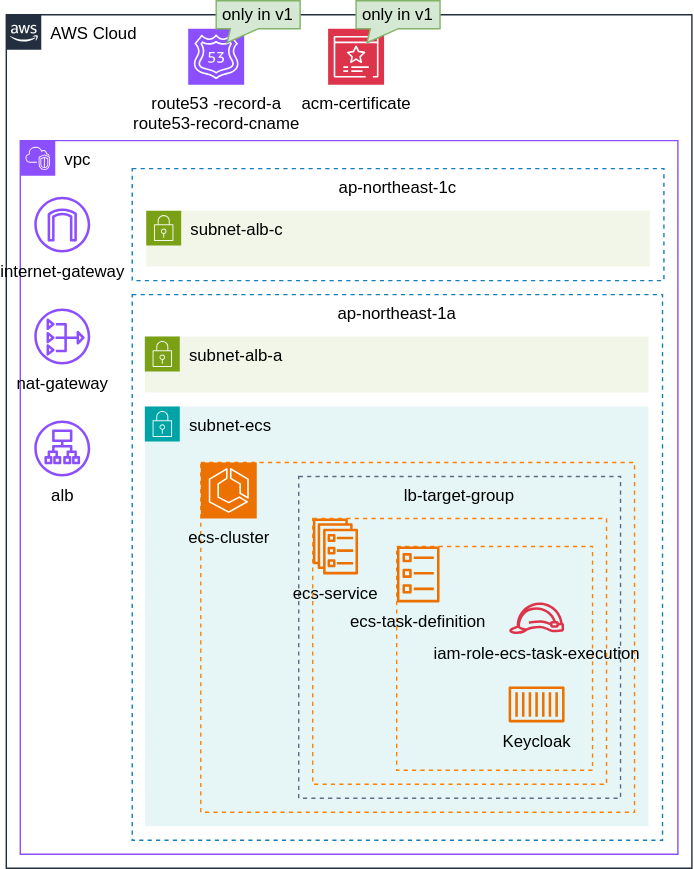
The draw.io diagram AWS/tf-keycloak/tf-keycloak.drawio.svg in cksittech/terraform-templates, before a commit. Source tidied: cells renumbered, new cells last; positions are measured from the earlier drawing's top-left corner, leaving out a move shared by most shapes.
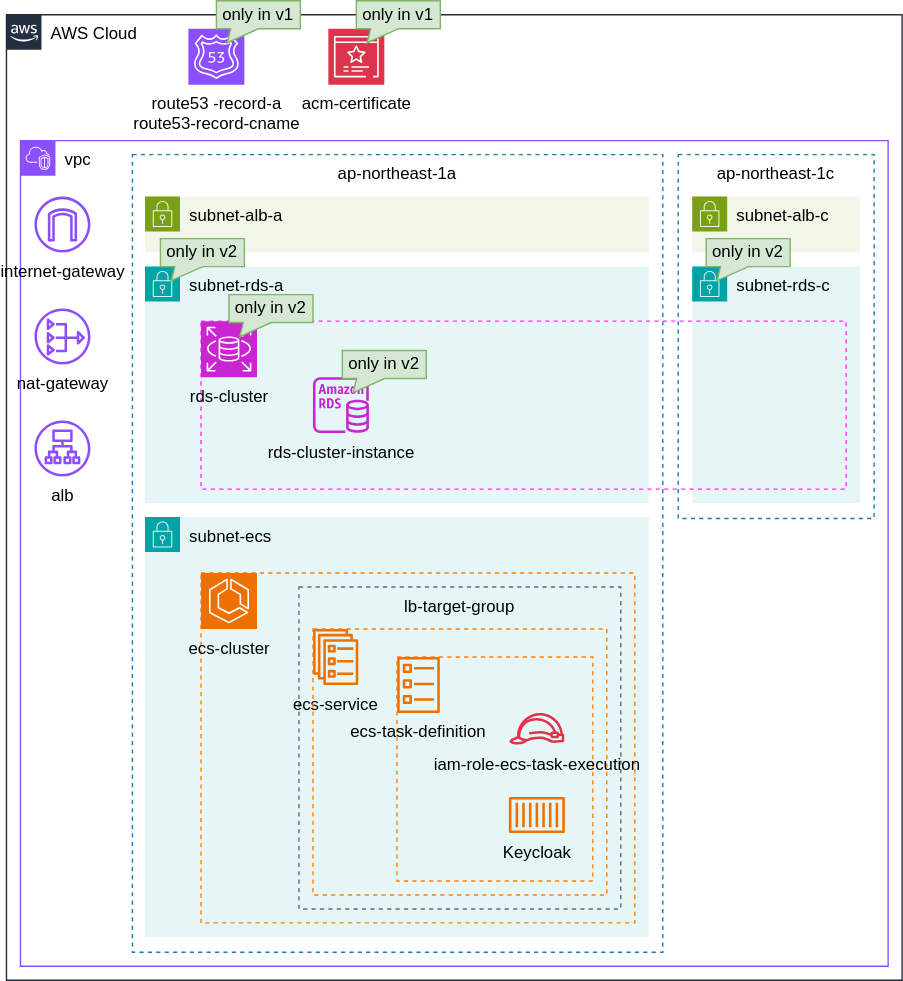
The same diagram one commit later.

What changed in the source:
```diff
@@ -3,7 +3,7 @@
     <mxCell id="0" />
     <mxCell id="1" parent="0" />
     <mxCell id="2" value="AWS Cloud" style="gradientColor=none;html=1;whiteSpace=wrap;fontSize=12;fontStyle=0;shape=mxgraph.aws4.group;grIcon=mxgraph.aws4.group_aws_cloud_alt;strokeColor=#232F3E;fillColor=default;verticalAlign=top;align=left;spacingLeft=30;fontColor=#000000;dashed=0;" parent="1" vertex="1">
-      <mxGeometry y="10" width="490" height="610" as="geometry" />
+      <mxGeometry y="10" width="640" height="690" as="geometry" />
     </mxCell>
     <mxCell id="3" value="&lt;font style=&quot;color: rgb(0, 0, 0);&quot;&gt;&lt;font style=&quot;&quot;&gt;route53&lt;/font&gt;&lt;font style=&quot;&quot;&gt;-record-a&lt;/font&gt;&lt;/font&gt;&lt;div&gt;&lt;font style=&quot;color: rgb(0, 0, 0);&quot;&gt;route53-record-cname&lt;/font&gt;&lt;/div&gt;" style="sketch=0;fontColor=#000000;fillColor=#8C4FFF;strokeColor=#ffffff;dashed=0;verticalLabelPosition=bottom;verticalAlign=top;align=center;html=1;fontSize=12;fontStyle=0;shape=mxgraph.aws4.resourceIcon;resIcon=mxgraph.aws4.route_53;" parent="2" vertex="1">
       <mxGeometry x="130" y="10" width="40" height="40" as="geometry" />
@@ -12,7 +12,7 @@
       <mxGeometry x="230" y="10" width="40" height="40" as="geometry" />
     </mxCell>
     <mxCell id="5" value="&lt;div&gt;&lt;span style=&quot;background-color: transparent;&quot;&gt;&lt;font style=&quot;color: rgb(0, 0, 0);&quot;&gt;vpc&lt;/font&gt;&lt;/span&gt;&lt;/div&gt;" style="gradientColor=none;html=1;whiteSpace=wrap;fontSize=12;fontStyle=0;shape=mxgraph.aws4.group;grIcon=mxgraph.aws4.group_vpc2;strokeColor=#8C4FFF;fillColor=none;verticalAlign=top;align=left;spacingLeft=30;fontColor=#000000;dashed=0;" parent="1" vertex="1">
-      <mxGeometry x="10" y="100" width="470" height="510" as="geometry" />
+      <mxGeometry x="10" y="100" width="620" height="590" as="geometry" />
     </mxCell>
     <mxCell id="6" value="&lt;span style=&quot;color: rgb(0, 0, 0);&quot;&gt;internet-gateway&lt;/span&gt;" style="sketch=0;fontColor=#232F3E;gradientColor=none;fillColor=#8C4FFF;strokeColor=none;dashed=0;verticalLabelPosition=bottom;verticalAlign=top;align=center;html=1;fontSize=12;fontStyle=0;shape=mxgraph.aws4.internet_gateway;" parent="5" vertex="1">
       <mxGeometry x="10" y="40" width="40" height="40" as="geometry" />
@@ -24,22 +24,37 @@
       <mxGeometry x="10" y="200" width="40" height="40" as="geometry" />
     </mxCell>
     <mxCell id="9" value="ap-northeast-1c" style="fillColor=none;strokeColor=#147EBA;dashed=1;verticalAlign=top;fontStyle=0;fontColor=#000000;whiteSpace=wrap;html=1;" parent="5" vertex="1">
-      <mxGeometry x="80" y="20" width="380" height="80" as="geometry" />
+      <mxGeometry x="470" y="10" width="140" height="260" as="geometry" />
     </mxCell>
+    <mxCell id="11" value="ap-northeast-1a" style="fillColor=none;strokeColor=#147EBA;dashed=1;verticalAlign=top;fontStyle=0;fontColor=#000000;whiteSpace=wrap;html=1;" parent="5" vertex="1">
+      <mxGeometry x="80" y="10" width="379" height="570" as="geometry" />
+    </mxCell>
+    <mxCell id="26" value="subnet-rds-a" style="gradientColor=none;html=1;whiteSpace=wrap;fontSize=12;fontStyle=0;shape=mxgraph.aws4.group;grIcon=mxgraph.aws4.group_security_group;grStroke=0;strokeColor=#00A4A6;fillColor=#E6F6F7;verticalAlign=top;align=left;spacingLeft=30;fontColor=#000000;dashed=0;" parent="5" vertex="1">
+      <mxGeometry x="89" y="90" width="360" height="169" as="geometry" />
+    </mxCell>
+    <mxCell id="27" value="subnet-rds-c" style="gradientColor=none;html=1;whiteSpace=wrap;fontSize=12;fontStyle=0;shape=mxgraph.aws4.group;grIcon=mxgraph.aws4.group_security_group;grStroke=0;strokeColor=#00A4A6;fillColor=#E6F6F7;verticalAlign=top;align=left;spacingLeft=30;fontColor=#000000;dashed=0;" parent="5" vertex="1">
+      <mxGeometry x="480" y="90" width="120" height="169" as="geometry" />
+    </mxCell>
+    <mxCell id="28" style="fillColor=none;strokeColor=#FF33FF;dashed=1;verticalAlign=top;fontStyle=0;fontColor=#000000;whiteSpace=wrap;html=1;" parent="5" vertex="1">
+      <mxGeometry x="129" y="129" width="461" height="120" as="geometry" />
+    </mxCell>
+    <mxCell id="29" value="rds-cluster" style="sketch=0;fontColor=#000000;fillColor=#C925D1;strokeColor=#ffffff;dashed=0;verticalLabelPosition=bottom;verticalAlign=top;align=center;html=1;fontSize=12;fontStyle=0;shape=mxgraph.aws4.resourceIcon;resIcon=mxgraph.aws4.rds;" parent="5" vertex="1">
+      <mxGeometry x="129" y="129" width="40" height="40" as="geometry" />
+    </mxCell>
+    <mxCell id="30" value="rds-cluster-instance" style="sketch=0;fontColor=#000000;gradientColor=none;fillColor=#C925D1;strokeColor=none;dashed=0;verticalLabelPosition=bottom;verticalAlign=top;align=center;html=1;fontSize=12;fontStyle=0;shape=mxgraph.aws4.rds_instance;" parent="5" vertex="1">
+      <mxGeometry x="209" y="169" width="40" height="40" as="geometry" />
+    </mxCell>
     <mxCell id="10" value="subnet-alb-c" style="gradientColor=none;html=1;whiteSpace=wrap;fontSize=12;fontStyle=0;shape=mxgraph.aws4.group;grIcon=mxgraph.aws4.group_security_group;grStroke=0;strokeColor=#7AA116;fillColor=#F2F6E8;verticalAlign=top;align=left;spacingLeft=30;fontColor=#000000;dashed=0;" parent="5" vertex="1">
-      <mxGeometry x="90" y="50" width="360" height="40" as="geometry" />
+      <mxGeometry x="480" y="40" width="120" height="40" as="geometry" />
     </mxCell>
-    <mxCell id="11" value="ap-northeast-1a" style="fillColor=none;strokeColor=#147EBA;dashed=1;verticalAlign=top;fontStyle=0;fontColor=#000000;whiteSpace=wrap;html=1;" parent="5" vertex="1">
-      <mxGeometry x="80" y="110" width="379" height="390" as="geometry" />
-    </mxCell>
     <mxCell id="12" value="subnet-alb-a" style="gradientColor=none;html=1;whiteSpace=wrap;fontSize=12;fontStyle=0;shape=mxgraph.aws4.group;grIcon=mxgraph.aws4.group_security_group;grStroke=0;strokeColor=#7AA116;fillColor=#F2F6E8;verticalAlign=top;align=left;spacingLeft=30;fontColor=#000000;dashed=0;" parent="5" vertex="1">
-      <mxGeometry x="89" y="140" width="360" height="40" as="geometry" />
+      <mxGeometry x="89" y="40" width="360" height="40" as="geometry" />
     </mxCell>
     <mxCell id="13" value="subnet-ecs" style="gradientColor=none;html=1;whiteSpace=wrap;fontSize=12;fontStyle=0;shape=mxgraph.aws4.group;grIcon=mxgraph.aws4.group_security_group;grStroke=0;strokeColor=#00A4A6;fillColor=#E6F6F7;verticalAlign=top;align=left;spacingLeft=30;fontColor=#000000;dashed=0;" parent="5" vertex="1">
-      <mxGeometry x="89" y="190" width="360" height="300" as="geometry" />
+      <mxGeometry x="89" y="269" width="360" height="300" as="geometry" />
     </mxCell>
     <mxCell id="14" style="group;" parent="5" vertex="1">
-      <mxGeometry x="129" y="230" width="310" height="250" as="geometry" />
+      <mxGeometry x="129" y="309" width="310" height="250" as="geometry" />
     </mxCell>
     <mxCell id="15" style="fillColor=none;strokeColor=#FF8000;dashed=1;verticalAlign=top;fontStyle=0;fontColor=#000000;whiteSpace=wrap;html=1;" parent="14" vertex="1">
       <mxGeometry width="310" height="250" as="geometry" />
@@ -68,6 +83,18 @@
     <mxCell id="23" value="&lt;div&gt;&lt;span style=&quot;background-color: transparent;&quot;&gt;&lt;font style=&quot;color: rgb(0, 0, 0);&quot;&gt;iam-role-ecs-task-execution&lt;/font&gt;&lt;/span&gt;&lt;/div&gt;" style="sketch=0;fontColor=#000000;gradientColor=none;fillColor=#DD344C;strokeColor=none;dashed=0;verticalLabelPosition=bottom;verticalAlign=top;align=center;html=1;fontSize=12;fontStyle=0;shape=mxgraph.aws4.role;" parent="14" vertex="1">
       <mxGeometry x="220" y="100" width="40" height="22.6" as="geometry" />
     </mxCell>
+    <mxCell id="31" value="only in v2" style="shape=callout;whiteSpace=wrap;html=1;perimeter=calloutPerimeter;fillColor=#d5e8d4;strokeColor=#82b366;size=10;position=0.17;base=20;position2=0.13;" parent="5" vertex="1">
+      <mxGeometry x="100" y="70" width="60" height="30" as="geometry" />
+    </mxCell>
+    <mxCell id="32" value="only in v2" style="shape=callout;whiteSpace=wrap;html=1;perimeter=calloutPerimeter;fillColor=#d5e8d4;strokeColor=#82b366;size=10;position=0.17;base=20;position2=0.13;" parent="5" vertex="1">
+      <mxGeometry x="149" y="110" width="60" height="30" as="geometry" />
+    </mxCell>
+    <mxCell id="33" value="only in v2" style="shape=callout;whiteSpace=wrap;html=1;perimeter=calloutPerimeter;fillColor=#d5e8d4;strokeColor=#82b366;size=10;position=0.17;base=20;position2=0.13;" parent="5" vertex="1">
+      <mxGeometry x="230" y="150" width="60" height="30" as="geometry" />
+    </mxCell>
+    <mxCell id="34" value="only in v2" style="shape=callout;whiteSpace=wrap;html=1;perimeter=calloutPerimeter;fillColor=#d5e8d4;strokeColor=#82b366;size=10;position=0.17;base=20;position2=0.13;" parent="5" vertex="1">
+      <mxGeometry x="490" y="70" width="60" height="30" as="geometry" />
+    </mxCell>
     <mxCell id="24" value="only in v1" style="shape=callout;whiteSpace=wrap;html=1;perimeter=calloutPerimeter;fillColor=#d5e8d4;strokeColor=#82b366;size=10;position=0.17;base=20;position2=0.13;" parent="1" vertex="1">
       <mxGeometry x="150" width="60" height="30" as="geometry" />
     </mxCell>
```
